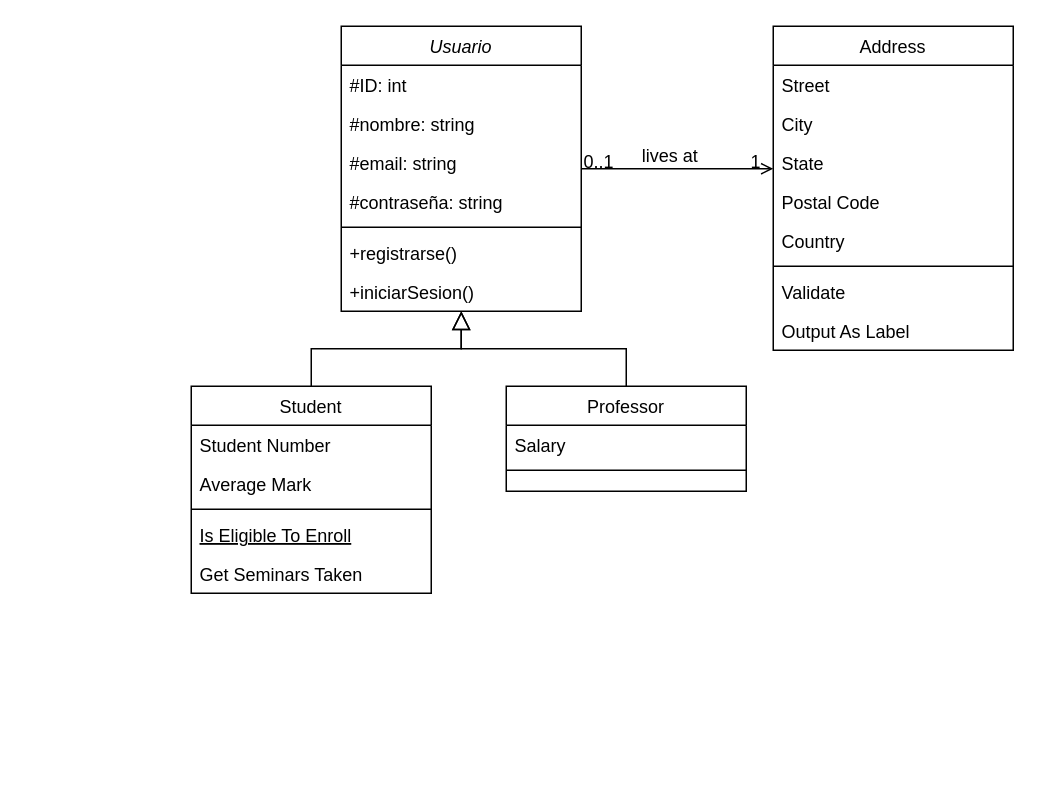
This is Diagrama sin título.drawio from NeyanPorras/TokenStudio, a draw.io file, before an edit. Source tidied: cells renumbered, new cells numbered last; positions are measured from the earlier drawing's top-left corner, leaving out a move shared by most shapes. Both pictures are drawn from the tidied source at 150%, with x=0, y=0 at pixel (190, 26).
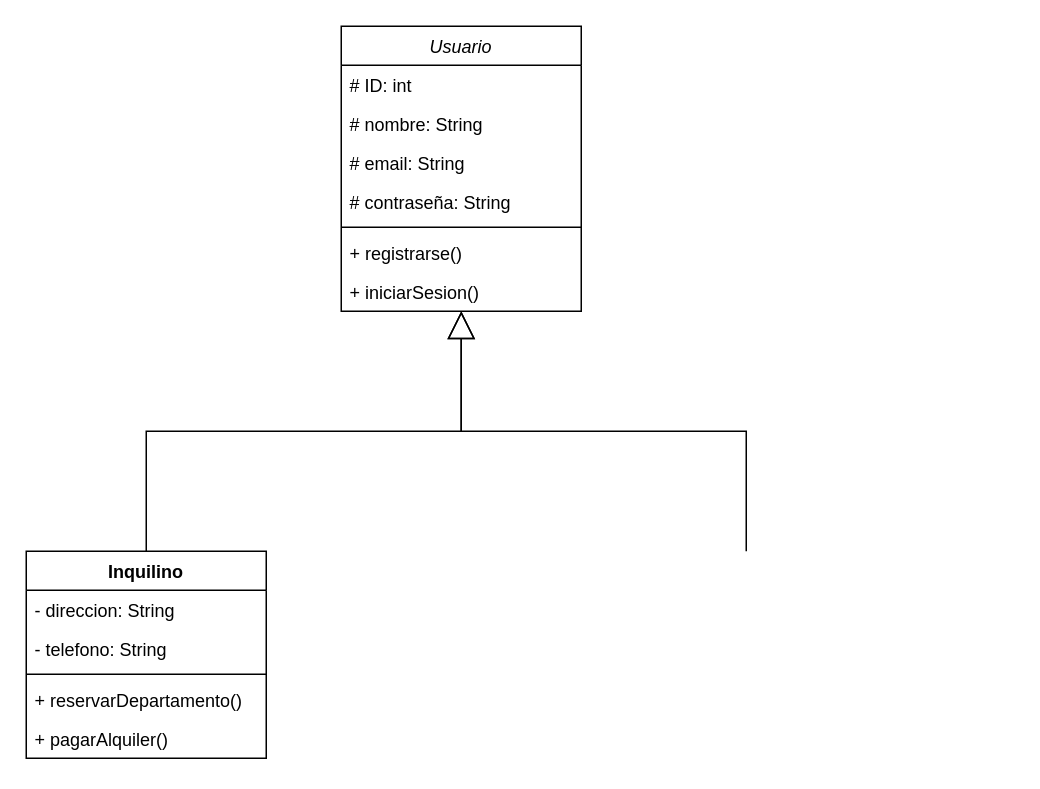
Above is the later version.

Commit message:
Diagrama de clases

Unchanged cells that the change refers to:
```xml
<mxCell id="2" value="Usuario" style="swimlane;fontStyle=2;align=center;verticalAlign=top;horizontal=1;startSize=26;rounded=0;shadow=0;strokeWidth=1;" parent="1" vertex="1">
  <mxGeometry x="100" width="160" height="190" as="geometry" />
</mxCell>
```

What changed in the source:
```diff
@@
-    <mxCell id="3" value="#ID: int" style="text;align=left;verticalAlign=top;spacingLeft=4;spacingRight=4;overflow=hidden;" parent="2" vertex="1">
+    <mxCell id="3" value="# ID: int" style="text;align=left;verticalAlign=top;spacingLeft=4;spacingRight=4;overflow=hidden;" parent="2" vertex="1">
       <mxGeometry y="26" width="160" height="26" as="geometry" />
     </mxCell>
-    <mxCell id="4" value="#nombre: string" style="text;align=left;verticalAlign=top;spacingLeft=4;spacingRight=4;overflow=hidden;rounded=0;shadow=0;html=0;" parent="2" vertex="1">
+    <mxCell id="4" value="# nombre: String" style="text;align=left;verticalAlign=top;spacingLeft=4;spacingRight=4;overflow=hidden;rounded=0;shadow=0;html=0;" parent="2" vertex="1">
       <mxGeometry y="52" width="160" height="26" as="geometry" />
     </mxCell>
-    <mxCell id="5" value="#email: string&#10;" style="text;align=left;verticalAlign=top;spacingLeft=4;spacingRight=4;overflow=hidden;rounded=0;shadow=0;html=0;" parent="2" vertex="1">
+    <mxCell id="5" value="# email: String&#10;" style="text;align=left;verticalAlign=top;spacingLeft=4;spacingRight=4;overflow=hidden;rounded=0;shadow=0;html=0;" parent="2" vertex="1">
       <mxGeometry y="78" width="160" height="26" as="geometry" />
     </mxCell>
-    <mxCell id="6" value="#contraseña: string" style="text;align=left;verticalAlign=top;spacingLeft=4;spacingRight=4;overflow=hidden;rounded=0;shadow=0;html=0;" parent="2" vertex="1">
+    <mxCell id="6" value="# contraseña: String" style="text;align=left;verticalAlign=top;spacingLeft=4;spacingRight=4;overflow=hidden;rounded=0;shadow=0;html=0;" parent="2" vertex="1">
       <mxGeometry y="104" width="160" height="26" as="geometry" />
     </mxCell>
@@
-    <mxCell id="8" value="+registrarse()&#10;" style="text;align=left;verticalAlign=top;spacingLeft=4;spacingRight=4;overflow=hidden;" parent="2" vertex="1">
+    <mxCell id="8" value="+ registrarse()&#10;" style="text;align=left;verticalAlign=top;spacingLeft=4;spacingRight=4;overflow=hidden;" parent="2" vertex="1">
       <mxGeometry y="138" width="160" height="26" as="geometry" />
     </mxCell>
-    <mxCell id="9" value="+iniciarSesion()" style="text;align=left;verticalAlign=top;spacingLeft=4;spacingRight=4;overflow=hidden;" parent="2" vertex="1">
+    <mxCell id="9" value="+ iniciarSesion()" style="text;align=left;verticalAlign=top;spacingLeft=4;spacingRight=4;overflow=hidden;" parent="2" vertex="1">
       <mxGeometry y="164" width="160" height="26" as="geometry" />
     </mxCell>
-    <mxCell id="10" value="Student" style="swimlane;fontStyle=0;align=center;verticalAlign=top;horizontal=1;startSize=26;rounded=0;shadow=0;strokeWidth=1;" parent="1" vertex="1">
-      <mxGeometry y="240" width="160" height="138" as="geometry" />
-    </mxCell>
-    <mxCell id="11" value="Student Number" style="text;align=left;verticalAlign=top;spacingLeft=4;spacingRight=4;overflow=hidden;" parent="10" vertex="1">
-      <mxGeometry y="26" width="160" height="26" as="geometry" />
-    </mxCell>
-    <mxCell id="12" value="Average Mark" style="text;align=left;verticalAlign=top;spacingLeft=4;spacingRight=4;overflow=hidden;rounded=0;shadow=0;html=0;" parent="10" vertex="1">
-      <mxGeometry y="52" width="160" height="26" as="geometry" />
-    </mxCell>
-    <mxCell id="13" style="line;html=1;strokeWidth=1;align=left;verticalAlign=middle;spacingTop=-1;spacingLeft=3;spacingRight=3;labelPosition=right;" parent="10" vertex="1">
-      <mxGeometry y="78" width="160" height="8" as="geometry" />
-    </mxCell>
-    <mxCell id="14" value="Is Eligible To Enroll" style="text;align=left;verticalAlign=top;spacingLeft=4;spacingRight=4;overflow=hidden;fontStyle=4;" parent="10" vertex="1">
-      <mxGeometry y="86" width="160" height="26" as="geometry" />
-    </mxCell>
-    <mxCell id="15" value="Get Seminars Taken" style="text;align=left;verticalAlign=top;spacingLeft=4;spacingRight=4;overflow=hidden;" parent="10" vertex="1">
-      <mxGeometry y="112" width="160" height="26" as="geometry" />
-    </mxCell>
-    <mxCell id="16" style="endArrow=block;endSize=10;endFill=0;shadow=0;strokeWidth=1;rounded=0;curved=0;edgeStyle=elbowEdgeStyle;elbow=vertical;" parent="1" edge="1" source="10" target="2">
-      <mxGeometry relative="1" as="geometry" />
+    <mxCell id="16" style="endArrow=block;endSize=16;endFill=0;shadow=0;strokeWidth=1;rounded=0;curved=0;edgeStyle=elbowEdgeStyle;elbow=vertical;" parent="1" edge="1" target="2">
+      <mxGeometry relative="1" as="geometry">
+        <mxPoint x="-30" y="350" as="sourcePoint" />
+      </mxGeometry>
     </mxCell>
-    <mxCell id="17" value="Professor" style="swimlane;fontStyle=0;align=center;verticalAlign=top;horizontal=1;startSize=26;rounded=0;shadow=0;strokeWidth=1;" parent="1" vertex="1">
-      <mxGeometry x="210" y="240" width="160" height="70" as="geometry" />
-    </mxCell>
-    <mxCell id="18" value="Salary" style="text;align=left;verticalAlign=top;spacingLeft=4;spacingRight=4;overflow=hidden;" parent="17" vertex="1">
-      <mxGeometry y="26" width="160" height="26" as="geometry" />
-    </mxCell>
-    <mxCell id="19" style="line;html=1;strokeWidth=1;align=left;verticalAlign=middle;spacingTop=-1;spacingLeft=3;spacingRight=3;labelPosition=right;" parent="17" vertex="1">
-      <mxGeometry y="52" width="160" height="8" as="geometry" />
-    </mxCell>
-    <mxCell id="20" style="endArrow=block;endSize=10;endFill=0;shadow=0;strokeWidth=1;rounded=0;curved=0;edgeStyle=elbowEdgeStyle;elbow=vertical;" parent="1" edge="1" source="17" target="2">
-      <mxGeometry relative="1" as="geometry" />
+    <mxCell id="20" style="endArrow=block;endSize=16;endFill=0;shadow=0;strokeWidth=1;rounded=0;curved=0;edgeStyle=elbowEdgeStyle;elbow=vertical;" parent="1" edge="1" target="2">
+      <mxGeometry relative="1" as="geometry">
+        <mxPoint x="370" y="350" as="sourcePoint" />
+        <Array as="points">
+          <mxPoint x="280" y="270" />
+        </Array>
+      </mxGeometry>
     </mxCell>
-    <mxCell id="21" value="Address" style="swimlane;fontStyle=0;align=center;verticalAlign=top;horizontal=1;startSize=26;rounded=0;shadow=0;strokeWidth=1;" parent="1" vertex="1">
-      <mxGeometry x="388" width="160" height="216" as="geometry" />
-    </mxCell>
-    <mxCell id="22" value="Street" style="text;align=left;verticalAlign=top;spacingLeft=4;spacingRight=4;overflow=hidden;" parent="21" vertex="1">
-      <mxGeometry y="26" width="160" height="26" as="geometry" />
-    </mxCell>
-    <mxCell id="23" value="City" style="text;align=left;verticalAlign=top;spacingLeft=4;spacingRight=4;overflow=hidden;rounded=0;shadow=0;html=0;" parent="21" vertex="1">
-      <mxGeometry y="52" width="160" height="26" as="geometry" />
-    </mxCell>
-    <mxCell id="24" value="State" style="text;align=left;verticalAlign=top;spacingLeft=4;spacingRight=4;overflow=hidden;rounded=0;shadow=0;html=0;" parent="21" vertex="1">
-      <mxGeometry y="78" width="160" height="26" as="geometry" />
-    </mxCell>
-    <mxCell id="25" value="Postal Code" style="text;align=left;verticalAlign=top;spacingLeft=4;spacingRight=4;overflow=hidden;rounded=0;shadow=0;html=0;" parent="21" vertex="1">
-      <mxGeometry y="104" width="160" height="26" as="geometry" />
-    </mxCell>
-    <mxCell id="26" value="Country" style="text;align=left;verticalAlign=top;spacingLeft=4;spacingRight=4;overflow=hidden;rounded=0;shadow=0;html=0;" parent="21" vertex="1">
-      <mxGeometry y="130" width="160" height="26" as="geometry" />
-    </mxCell>
-    <mxCell id="27" style="line;html=1;strokeWidth=1;align=left;verticalAlign=middle;spacingTop=-1;spacingLeft=3;spacingRight=3;labelPosition=right;" parent="21" vertex="1">
-      <mxGeometry y="156" width="160" height="8" as="geometry" />
-    </mxCell>
-    <mxCell id="28" value="Validate" style="text;align=left;verticalAlign=top;spacingLeft=4;spacingRight=4;overflow=hidden;" parent="21" vertex="1">
-      <mxGeometry y="164" width="160" height="26" as="geometry" />
-    </mxCell>
-    <mxCell id="29" value="Output As Label" style="text;align=left;verticalAlign=top;spacingLeft=4;spacingRight=4;overflow=hidden;" parent="21" vertex="1">
-      <mxGeometry y="190" width="160" height="26" as="geometry" />
-    </mxCell>
-    <mxCell id="30" style="endArrow=open;shadow=0;strokeWidth=1;rounded=0;curved=0;endFill=1;edgeStyle=elbowEdgeStyle;elbow=vertical;" parent="1" edge="1" source="2" target="21">
-      <mxGeometry x="0.5" y="41" relative="1" as="geometry">
-        <mxPoint x="-40" y="32" as="offset" />
-      </mxGeometry>
-    </mxCell>
-    <mxCell id="31" value="0..1" style="align=left;verticalAlign=bottom;labelBackgroundColor=none;fontSize=12;" parent="30" vertex="1">
-      <mxGeometry x="-1" relative="1" as="geometry">
-        <mxPoint y="4" as="offset" />
-      </mxGeometry>
-    </mxCell>
-    <mxCell id="32" value="1" style="align=right;verticalAlign=bottom;labelBackgroundColor=none;fontSize=12;" parent="30" vertex="1">
-      <mxGeometry x="1" relative="1" as="geometry">
-        <mxPoint x="-7" y="4" as="offset" />
-      </mxGeometry>
-    </mxCell>
-    <mxCell id="33" value="lives at" style="text;html=1;align=center;verticalAlign=middle;labelBackgroundColor=none;rounded=0;shadow=0;strokeWidth=1;fontSize=12;" parent="30" vertex="1">
-      <mxGeometry x="0.5" y="49" relative="1" as="geometry">
-        <mxPoint x="-38" y="40" as="offset" />
-      </mxGeometry>
-    </mxCell>
+    <mxCell id="34" value="Inquilino" style="swimlane;fontStyle=1;align=center;verticalAlign=top;horizontal=1;startSize=26;whiteSpace=wrap;html=1;" parent="1" vertex="1">
+      <mxGeometry x="-110" y="350" width="160" height="138" as="geometry" />
+    </mxCell>
+    <mxCell id="35" value="- direccion: String" style="text;strokeColor=none;fillColor=none;align=left;verticalAlign=top;spacingLeft=4;spacingRight=4;overflow=hidden;whiteSpace=wrap;html=1;" parent="34" vertex="1">
+      <mxGeometry y="26" width="160" height="26" as="geometry" />
+    </mxCell>
+    <mxCell id="36" value="- telefono: String" style="text;strokeColor=none;fillColor=none;align=left;verticalAlign=top;spacingLeft=4;spacingRight=4;overflow=hidden;whiteSpace=wrap;html=1;" parent="34" vertex="1">
+      <mxGeometry y="52" width="160" height="26" as="geometry" />
+    </mxCell>
+    <mxCell id="37" style="line;strokeWidth=1;fillColor=none;align=left;verticalAlign=middle;spacingTop=-1;spacingLeft=3;spacingRight=3;labelPosition=right;strokeColor=inherit;" parent="34" vertex="1">
+      <mxGeometry y="78" width="160" height="8" as="geometry" />
+    </mxCell>
+    <mxCell id="38" value="+ reservarDepartamento()" style="text;strokeColor=none;fillColor=none;align=left;verticalAlign=top;spacingLeft=4;spacingRight=4;overflow=hidden;whiteSpace=wrap;html=1;" parent="34" vertex="1">
+      <mxGeometry y="86" width="160" height="26" as="geometry" />
+    </mxCell>
+    <mxCell id="39" value="+ pagarAlquiler()" style="text;strokeColor=none;fillColor=none;align=left;verticalAlign=top;spacingLeft=4;spacingRight=4;overflow=hidden;whiteSpace=wrap;html=1;" parent="34" vertex="1">
+      <mxGeometry y="112" width="160" height="26" as="geometry" />
+    </mxCell>
```
